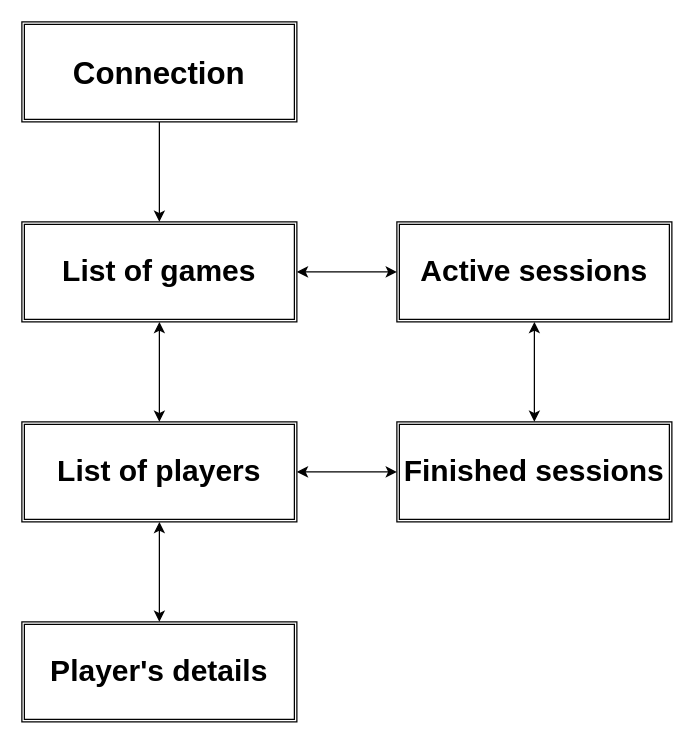
Before: webschemeadmin.drawio in 7evy/JEE_Project, a draw.io diagram. Source tidied: cells renumbered, new cells numbered last; positions are measured from the earlier drawing's top-left corner, leaving out a move shared by most shapes. Both pictures are drawn from the tidied source at 125%, with x=0, y=0 at pixel (21, 21).
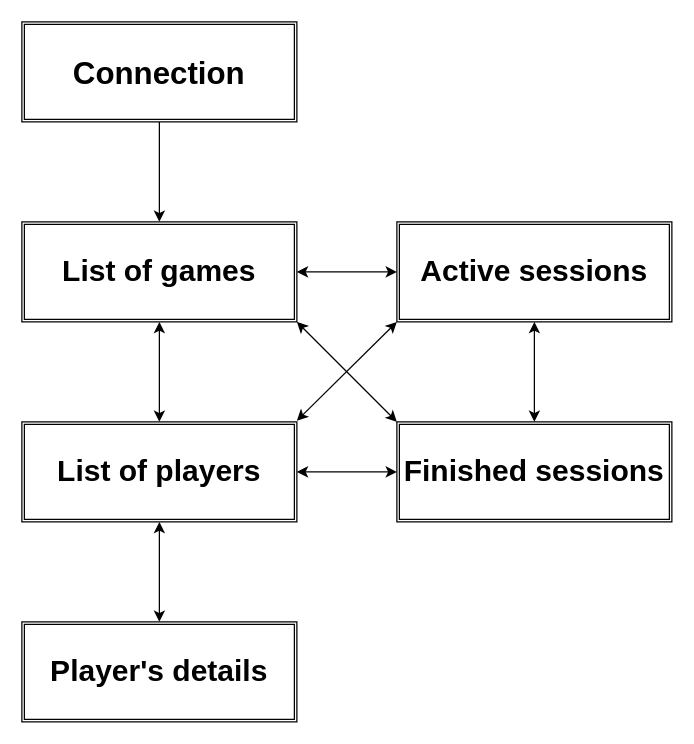
The same page after the edit.

What changed in the source:
```diff
@@
 <mxGraphModel>
   <root>
     <mxCell id="0" />
     <mxCell id="1" parent="0" />
     <mxCell id="2" style="edgeStyle=orthogonalEdgeStyle;rounded=0;jettySize=auto;html=1;" parent="1" edge="1" source="3" target="4">
       <mxGeometry relative="1" as="geometry" />
     </mxCell>
     <mxCell id="3" value="&lt;h1 style=&quot;font-size: 25px&quot;&gt;&lt;font style=&quot;font-size: 25px&quot;&gt;C&lt;font style=&quot;font-size: 25px&quot;&gt;onnection&lt;/font&gt;&lt;/font&gt;&lt;/h1&gt;" style="shape=ext;double=1;rounded=0;whiteSpace=wrap;html=1;" parent="1" vertex="1">
       <mxGeometry width="220" height="80" as="geometry" />
     </mxCell>
     <mxCell id="4" value="&lt;h1&gt;List of games&lt;/h1&gt;" style="shape=ext;double=1;rounded=0;whiteSpace=wrap;html=1;" parent="1" vertex="1">
       <mxGeometry y="160" width="220" height="80" as="geometry" />
     </mxCell>
     <mxCell id="5" value="&lt;h1&gt;Active sessions&lt;br&gt;&lt;/h1&gt;" style="shape=ext;double=1;rounded=0;whiteSpace=wrap;html=1;" parent="1" vertex="1">
       <mxGeometry x="300" y="160" width="220" height="80" as="geometry" />
     </mxCell>
     <mxCell id="6" value="&lt;h1&gt;Finished sessions&lt;br&gt;&lt;/h1&gt;" style="shape=ext;double=1;rounded=0;whiteSpace=wrap;html=1;" parent="1" vertex="1">
       <mxGeometry x="300" y="320" width="220" height="80" as="geometry" />
     </mxCell>
     <mxCell id="7" value="&lt;h1&gt;List of players&lt;br&gt;&lt;/h1&gt;" style="shape=ext;double=1;rounded=0;whiteSpace=wrap;html=1;" parent="1" vertex="1">
       <mxGeometry y="320" width="220" height="80" as="geometry" />
     </mxCell>
     <mxCell id="8" value="&lt;h1&gt;Player's details&lt;br&gt;&lt;/h1&gt;" style="shape=ext;double=1;rounded=0;whiteSpace=wrap;html=1;" parent="1" vertex="1">
       <mxGeometry y="480" width="220" height="80" as="geometry" />
     </mxCell>
     <mxCell id="9" style="endArrow=classic;startArrow=classic;html=1;exitX=0.5;exitY=0;exitDx=0;exitDy=0;entryX=0.5;entryY=1;entryDx=0;entryDy=0;" parent="1" edge="1" source="7" target="4">
       <mxGeometry relative="1" as="geometry" />
     </mxCell>
     <mxCell id="10" style="endArrow=classic;startArrow=classic;html=1;exitX=0;exitY=0.5;exitDx=0;exitDy=0;entryX=1;entryY=0.5;entryDx=0;entryDy=0;" parent="1" edge="1" source="6" target="7">
       <mxGeometry relative="1" as="geometry" />
     </mxCell>
     <mxCell id="11" style="endArrow=classic;startArrow=classic;html=1;exitX=0.5;exitY=0;exitDx=0;exitDy=0;entryX=0.5;entryY=1;entryDx=0;entryDy=0;" parent="1" edge="1" source="6" target="5">
       <mxGeometry relative="1" as="geometry" />
     </mxCell>
     <mxCell id="12" style="endArrow=classic;startArrow=classic;html=1;exitX=0;exitY=0.5;exitDx=0;exitDy=0;entryX=1;entryY=0.5;entryDx=0;entryDy=0;" parent="1" edge="1" source="5" target="4">
       <mxGeometry relative="1" as="geometry" />
     </mxCell>
     <mxCell id="13" style="endArrow=classic;startArrow=classic;html=1;exitX=0.5;exitY=1;exitDx=0;exitDy=0;entryX=0.5;entryY=0;entryDx=0;entryDy=0;" parent="1" edge="1" source="7" target="8">
       <mxGeometry relative="1" as="geometry" />
     </mxCell>
+    <mxCell id="14" style="endArrow=classic;startArrow=classic;html=1;exitX=1;exitY=1;exitDx=0;exitDy=0;exitPerimeter=0;" parent="1" edge="1" source="4">
+      <mxGeometry relative="1" as="geometry">
+        <mxPoint x="300" y="320" as="targetPoint" />
+      </mxGeometry>
+    </mxCell>
+    <mxCell id="15" style="endArrow=classic;startArrow=classic;html=1;entryX=1;entryY=-0.012;entryDx=0;entryDy=0;entryPerimeter=0;" parent="1" edge="1" target="7">
+      <mxGeometry relative="1" as="geometry">
+        <mxPoint x="300" y="240" as="sourcePoint" />
+      </mxGeometry>
+    </mxCell>
   </root>
 </mxGraphModel>
```
